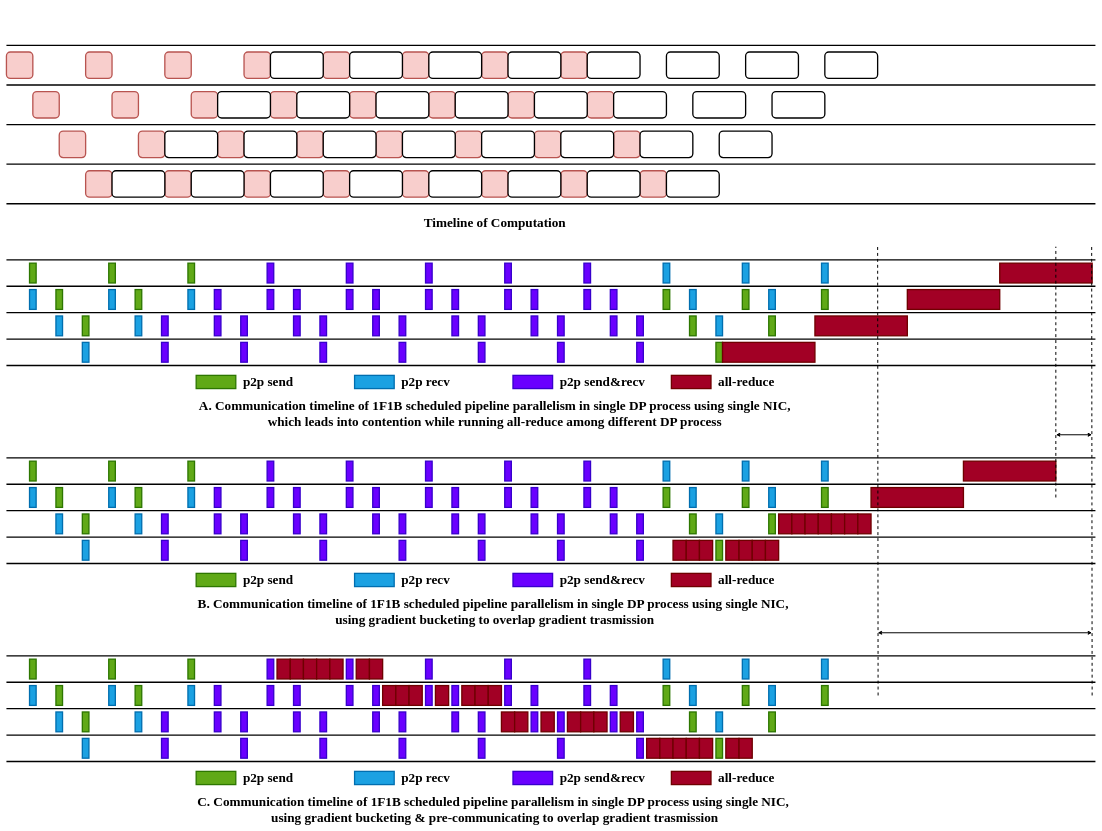
The draw.io diagram polar-pp.drawio in Aerithy/polar-sgd, before the edit. Source tidied: cells renumbered, new cells numbered last; positions are measured from the earlier drawing's top-left corner, leaving out a move shared by most shapes. Both pictures are drawn from the tidied source at 33%, with x=0, y=0 at pixel (6, 45).
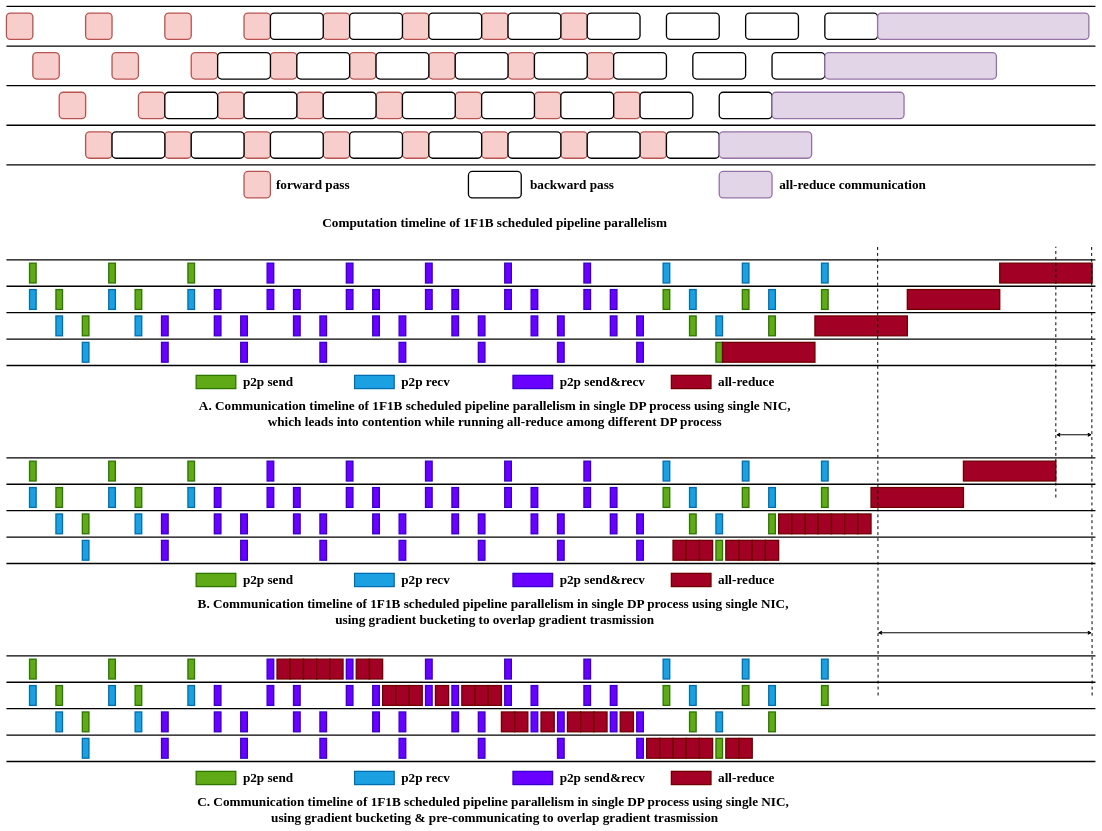
After the change.

What changed in the source:
```diff
@@
     <mxCell id="2" style="rounded=1;whiteSpace=wrap;html=1;strokeWidth=4;fillColor=#f8cecc;strokeColor=#b85450;" parent="1" vertex="1">
-      <mxGeometry y="20" width="80" height="80" as="geometry" />
+      <mxGeometry y="-98" width="80" height="80" as="geometry" />
     </mxCell>
     <mxCell id="3" style="rounded=1;whiteSpace=wrap;html=1;strokeWidth=4;fillColor=#f8cecc;strokeColor=#b85450;" parent="1" vertex="1">
-      <mxGeometry x="240" y="20" width="80" height="80" as="geometry" />
+      <mxGeometry x="240" y="-98" width="80" height="80" as="geometry" />
     </mxCell>
     <mxCell id="4" style="rounded=1;whiteSpace=wrap;html=1;strokeWidth=4;fillColor=#f8cecc;strokeColor=#b85450;" parent="1" vertex="1">
-      <mxGeometry x="480" y="20" width="80" height="80" as="geometry" />
+      <mxGeometry x="480" y="-98" width="80" height="80" as="geometry" />
     </mxCell>
     <mxCell id="5" style="rounded=1;whiteSpace=wrap;html=1;strokeWidth=4;fillColor=#f8cecc;strokeColor=#b85450;" parent="1" vertex="1">
-      <mxGeometry x="720" y="20" width="80" height="80" as="geometry" />
+      <mxGeometry x="720" y="-98" width="80" height="80" as="geometry" />
     </mxCell>
     <mxCell id="6" style="rounded=1;whiteSpace=wrap;html=1;strokeWidth=4;fillColor=#f8cecc;strokeColor=#b85450;" parent="1" vertex="1">
-      <mxGeometry x="960" y="20" width="80" height="80" as="geometry" />
+      <mxGeometry x="960" y="-98" width="80" height="80" as="geometry" />
     </mxCell>
     <mxCell id="7" style="rounded=1;whiteSpace=wrap;html=1;strokeWidth=4;fillColor=#f8cecc;strokeColor=#b85450;" parent="1" vertex="1">
-      <mxGeometry x="1200" y="20" width="80" height="80" as="geometry" />
+      <mxGeometry x="1200" y="-98" width="80" height="80" as="geometry" />
     </mxCell>
     <mxCell id="8" style="rounded=1;whiteSpace=wrap;html=1;strokeWidth=4;fillColor=#f8cecc;strokeColor=#b85450;" parent="1" vertex="1">
-      <mxGeometry x="1440" y="20" width="80" height="80" as="geometry" />
+      <mxGeometry x="1440" y="-98" width="80" height="80" as="geometry" />
     </mxCell>
     <mxCell id="9" style="rounded=1;whiteSpace=wrap;html=1;strokeWidth=4;fillColor=#f8cecc;strokeColor=#b85450;" parent="1" vertex="1">
-      <mxGeometry x="1680" y="20" width="80" height="80" as="geometry" />
+      <mxGeometry x="1680" y="-98" width="80" height="80" as="geometry" />
     </mxCell>
     <mxCell id="10" style="rounded=1;whiteSpace=wrap;html=1;strokeWidth=4;fillColor=#f8cecc;strokeColor=#b85450;" parent="1" vertex="1">
-      <mxGeometry x="80" y="140" width="80" height="80" as="geometry" />
+      <mxGeometry x="80" y="22" width="80" height="80" as="geometry" />
     </mxCell>
     <mxCell id="11" style="rounded=1;whiteSpace=wrap;html=1;strokeWidth=4;fillColor=#f8cecc;strokeColor=#b85450;" parent="1" vertex="1">
-      <mxGeometry x="320" y="140" width="80" height="80" as="geometry" />
+      <mxGeometry x="320" y="22" width="80" height="80" as="geometry" />
     </mxCell>
     <mxCell id="12" style="rounded=1;whiteSpace=wrap;html=1;strokeWidth=4;fillColor=#f8cecc;strokeColor=#b85450;" parent="1" vertex="1">
-      <mxGeometry x="560" y="140" width="80" height="80" as="geometry" />
+      <mxGeometry x="560" y="22" width="80" height="80" as="geometry" />
     </mxCell>
     <mxCell id="13" style="rounded=1;whiteSpace=wrap;html=1;strokeWidth=4;fillColor=#f8cecc;strokeColor=#b85450;" parent="1" vertex="1">
-      <mxGeometry x="800" y="140" width="80" height="80" as="geometry" />
+      <mxGeometry x="800" y="22" width="80" height="80" as="geometry" />
     </mxCell>
     <mxCell id="14" style="rounded=1;whiteSpace=wrap;html=1;strokeWidth=4;fillColor=#f8cecc;strokeColor=#b85450;" parent="1" vertex="1">
-      <mxGeometry x="1040" y="140" width="80" height="80" as="geometry" />
+      <mxGeometry x="1040" y="22" width="80" height="80" as="geometry" />
     </mxCell>
     <mxCell id="15" style="rounded=1;whiteSpace=wrap;html=1;strokeWidth=4;fillColor=#f8cecc;strokeColor=#b85450;" parent="1" vertex="1">
-      <mxGeometry x="1280" y="140" width="80" height="80" as="geometry" />
+      <mxGeometry x="1280" y="22" width="80" height="80" as="geometry" />
     </mxCell>
     <mxCell id="16" style="rounded=1;whiteSpace=wrap;html=1;strokeWidth=4;fillColor=#f8cecc;strokeColor=#b85450;" parent="1" vertex="1">
-      <mxGeometry x="1520" y="140" width="80" height="80" as="geometry" />
+      <mxGeometry x="1520" y="22" width="80" height="80" as="geometry" />
     </mxCell>
     <mxCell id="17" style="rounded=1;whiteSpace=wrap;html=1;strokeWidth=4;fillColor=#f8cecc;strokeColor=#b85450;" parent="1" vertex="1">
-      <mxGeometry x="1760" y="140" width="80" height="80" as="geometry" />
+      <mxGeometry x="1760" y="22" width="80" height="80" as="geometry" />
     </mxCell>
     <mxCell id="18" style="rounded=1;whiteSpace=wrap;html=1;strokeWidth=4;fillColor=#f8cecc;strokeColor=#b85450;" parent="1" vertex="1">
-      <mxGeometry x="160" y="260" width="80" height="80" as="geometry" />
+      <mxGeometry x="160" y="142" width="80" height="80" as="geometry" />
     </mxCell>
     <mxCell id="19" style="rounded=1;whiteSpace=wrap;html=1;strokeWidth=4;fillColor=#f8cecc;strokeColor=#b85450;" parent="1" vertex="1">
-      <mxGeometry x="400" y="260" width="80" height="80" as="geometry" />
+      <mxGeometry x="400" y="142" width="80" height="80" as="geometry" />
     </mxCell>
     <mxCell id="20" style="rounded=1;whiteSpace=wrap;html=1;strokeWidth=4;fillColor=#f8cecc;strokeColor=#b85450;" parent="1" vertex="1">
-      <mxGeometry x="640" y="260" width="80" height="80" as="geometry" />
+      <mxGeometry x="640" y="142" width="80" height="80" as="geometry" />
     </mxCell>
     <mxCell id="21" style="rounded=1;whiteSpace=wrap;html=1;strokeWidth=4;fillColor=#f8cecc;strokeColor=#b85450;" parent="1" vertex="1">
-      <mxGeometry x="880" y="260" width="80" height="80" as="geometry" />
+      <mxGeometry x="880" y="142" width="80" height="80" as="geometry" />
     </mxCell>
     <mxCell id="22" style="rounded=1;whiteSpace=wrap;html=1;strokeWidth=4;fillColor=#f8cecc;strokeColor=#b85450;" parent="1" vertex="1">
-      <mxGeometry x="1120" y="260" width="80" height="80" as="geometry" />
+      <mxGeometry x="1120" y="142" width="80" height="80" as="geometry" />
     </mxCell>
     <mxCell id="23" style="rounded=1;whiteSpace=wrap;html=1;strokeWidth=4;fillColor=#f8cecc;strokeColor=#b85450;" parent="1" vertex="1">
-      <mxGeometry x="1360" y="260" width="80" height="80" as="geometry" />
+      <mxGeometry x="1360" y="142" width="80" height="80" as="geometry" />
     </mxCell>
     <mxCell id="24" style="rounded=1;whiteSpace=wrap;html=1;strokeWidth=4;fillColor=#f8cecc;strokeColor=#b85450;" parent="1" vertex="1">
-      <mxGeometry x="1600" y="260" width="80" height="80" as="geometry" />
+      <mxGeometry x="1600" y="142" width="80" height="80" as="geometry" />
     </mxCell>
     <mxCell id="25" style="rounded=1;whiteSpace=wrap;html=1;strokeWidth=4;fillColor=#f8cecc;strokeColor=#b85450;" parent="1" vertex="1">
-      <mxGeometry x="1840" y="260" width="80" height="80" as="geometry" />
+      <mxGeometry x="1840" y="142" width="80" height="80" as="geometry" />
     </mxCell>
     <mxCell id="26" style="rounded=1;whiteSpace=wrap;html=1;strokeWidth=4;fillColor=#f8cecc;strokeColor=#b85450;" parent="1" vertex="1">
-      <mxGeometry x="240" y="380" width="80" height="80" as="geometry" />
+      <mxGeometry x="240" y="262" width="80" height="80" as="geometry" />
     </mxCell>
     <mxCell id="27" style="rounded=1;whiteSpace=wrap;html=1;strokeWidth=4;fillColor=#f8cecc;strokeColor=#b85450;" parent="1" vertex="1">
-      <mxGeometry x="480" y="380" width="80" height="80" as="geometry" />
+      <mxGeometry x="480" y="262" width="80" height="80" as="geometry" />
     </mxCell>
     <mxCell id="28" style="rounded=1;whiteSpace=wrap;html=1;strokeWidth=4;fillColor=#f8cecc;strokeColor=#b85450;" parent="1" vertex="1">
-      <mxGeometry x="720" y="380" width="80" height="80" as="geometry" />
+      <mxGeometry x="720" y="262" width="80" height="80" as="geometry" />
     </mxCell>
     <mxCell id="29" style="rounded=1;whiteSpace=wrap;html=1;strokeWidth=4;fillColor=#f8cecc;strokeColor=#b85450;" parent="1" vertex="1">
-      <mxGeometry x="960" y="380" width="80" height="80" as="geometry" />
+      <mxGeometry x="960" y="262" width="80" height="80" as="geometry" />
     </mxCell>
     <mxCell id="30" style="rounded=1;whiteSpace=wrap;html=1;strokeWidth=4;fillColor=#f8cecc;strokeColor=#b85450;" parent="1" vertex="1">
-      <mxGeometry x="1200" y="380" width="80" height="80" as="geometry" />
+      <mxGeometry x="1200" y="262" width="80" height="80" as="geometry" />
     </mxCell>
     <mxCell id="31" style="rounded=1;whiteSpace=wrap;html=1;strokeWidth=4;fillColor=#f8cecc;strokeColor=#b85450;" parent="1" vertex="1">
-      <mxGeometry x="1440" y="380" width="80" height="80" as="geometry" />
+      <mxGeometry x="1440" y="262" width="80" height="80" as="geometry" />
     </mxCell>
     <mxCell id="32" style="rounded=1;whiteSpace=wrap;html=1;strokeWidth=4;fillColor=#f8cecc;strokeColor=#b85450;" parent="1" vertex="1">
-      <mxGeometry x="1680" y="380" width="80" height="80" as="geometry" />
+      <mxGeometry x="1680" y="262" width="80" height="80" as="geometry" />
     </mxCell>
     <mxCell id="33" style="rounded=1;whiteSpace=wrap;html=1;strokeWidth=4;fillColor=#f8cecc;strokeColor=#b85450;" parent="1" vertex="1">
-      <mxGeometry x="1920" y="380" width="80" height="80" as="geometry" />
+      <mxGeometry x="1920" y="262" width="80" height="80" as="geometry" />
     </mxCell>
     <mxCell id="34" style="rounded=1;whiteSpace=wrap;html=1;strokeWidth=4;" parent="1" vertex="1">
-      <mxGeometry x="320" y="380" width="160" height="80" as="geometry" />
+      <mxGeometry x="320" y="262" width="160" height="80" as="geometry" />
     </mxCell>
     <mxCell id="35" style="rounded=1;whiteSpace=wrap;html=1;strokeWidth=4;" parent="1" vertex="1">
-      <mxGeometry x="560" y="380" width="160" height="80" as="geometry" />
+      <mxGeometry x="560" y="262" width="160" height="80" as="geometry" />
     </mxCell>
     <mxCell id="36" style="rounded=1;whiteSpace=wrap;html=1;strokeWidth=4;" parent="1" vertex="1">
-      <mxGeometry x="800" y="380" width="160" height="80" as="geometry" />
+      <mxGeometry x="800" y="262" width="160" height="80" as="geometry" />
     </mxCell>
     <mxCell id="37" style="rounded=1;whiteSpace=wrap;html=1;strokeWidth=4;" parent="1" vertex="1">
-      <mxGeometry x="1040" y="380" width="160" height="80" as="geometry" />
+      <mxGeometry x="1040" y="262" width="160" height="80" as="geometry" />
     </mxCell>
     <mxCell id="38" style="rounded=1;whiteSpace=wrap;html=1;strokeWidth=4;" parent="1" vertex="1">
-      <mxGeometry x="1280" y="380" width="160" height="80" as="geometry" />
+      <mxGeometry x="1280" y="262" width="160" height="80" as="geometry" />
     </mxCell>
     <mxCell id="39" style="rounded=1;whiteSpace=wrap;html=1;strokeWidth=4;" parent="1" vertex="1">
-      <mxGeometry x="1520" y="380" width="160" height="80" as="geometry" />
+      <mxGeometry x="1520" y="262" width="160" height="80" as="geometry" />
     </mxCell>
     <mxCell id="40" style="rounded=1;whiteSpace=wrap;html=1;strokeWidth=4;" parent="1" vertex="1">
-      <mxGeometry x="1760" y="380" width="160" height="80" as="geometry" />
+      <mxGeometry x="1760" y="262" width="160" height="80" as="geometry" />
     </mxCell>
     <mxCell id="41" style="rounded=1;whiteSpace=wrap;html=1;strokeWidth=4;" parent="1" vertex="1">
-      <mxGeometry x="2000" y="380" width="160" height="80" as="geometry" />
+      <mxGeometry x="2000" y="262" width="160" height="80" as="geometry" />
     </mxCell>
     <mxCell id="42" style="rounded=1;whiteSpace=wrap;html=1;strokeWidth=4;" parent="1" vertex="1">
-      <mxGeometry x="480" y="260" width="160" height="80" as="geometry" />
+      <mxGeometry x="480" y="142" width="160" height="80" as="geometry" />
     </mxCell>
     <mxCell id="43" style="rounded=1;whiteSpace=wrap;html=1;strokeWidth=4;" parent="1" vertex="1">
-      <mxGeometry x="640" y="140" width="160" height="80" as="geometry" />
+      <mxGeometry x="640" y="22" width="160" height="80" as="geometry" />
     </mxCell>
     <mxCell id="44" style="rounded=1;whiteSpace=wrap;html=1;strokeWidth=4;" parent="1" vertex="1">
-      <mxGeometry x="800" y="20" width="160" height="80" as="geometry" />
+      <mxGeometry x="800" y="-98" width="160" height="80" as="geometry" />
     </mxCell>
     <mxCell id="45" style="rounded=1;whiteSpace=wrap;html=1;strokeWidth=4;" parent="1" vertex="1">
-      <mxGeometry x="720" y="260" width="160" height="80" as="geometry" />
+      <mxGeometry x="720" y="142" width="160" height="80" as="geometry" />
     </mxCell>
     <mxCell id="46" style="rounded=1;whiteSpace=wrap;html=1;strokeWidth=4;" parent="1" vertex="1">
-      <mxGeometry x="880" y="140" width="160" height="80" as="geometry" />
+      <mxGeometry x="880" y="22" width="160" height="80" as="geometry" />
     </mxCell>
     <mxCell id="47" style="rounded=1;whiteSpace=wrap;html=1;strokeWidth=4;" parent="1" vertex="1">
-      <mxGeometry x="1040" y="20" width="160" height="80" as="geometry" />
+      <mxGeometry x="1040" y="-98" width="160" height="80" as="geometry" />
     </mxCell>
     <mxCell id="48" style="rounded=1;whiteSpace=wrap;html=1;strokeWidth=4;" parent="1" vertex="1">
-      <mxGeometry x="960" y="260" width="160" height="80" as="geometry" />
+      <mxGeometry x="960" y="142" width="160" height="80" as="geometry" />
     </mxCell>
     <mxCell id="49" style="rounded=1;whiteSpace=wrap;html=1;strokeWidth=4;" parent="1" vertex="1">
-      <mxGeometry x="1120" y="140" width="160" height="80" as="geometry" />
+      <mxGeometry x="1120" y="22" width="160" height="80" as="geometry" />
     </mxCell>
     <mxCell id="50" style="rounded=1;whiteSpace=wrap;html=1;strokeWidth=4;" parent="1" vertex="1">
-      <mxGeometry x="1280" y="20" width="160" height="80" as="geometry" />
+      <mxGeometry x="1280" y="-98" width="160" height="80" as="geometry" />
     </mxCell>
     <mxCell id="51" style="rounded=1;whiteSpace=wrap;html=1;strokeWidth=4;" parent="1" vertex="1">
-      <mxGeometry x="1200" y="260" width="160" height="80" as="geometry" />
+      <mxGeometry x="1200" y="142" width="160" height="80" as="geometry" />
     </mxCell>
     <mxCell id="52" style="rounded=1;whiteSpace=wrap;html=1;strokeWidth=4;" parent="1" vertex="1">
-      <mxGeometry x="1360" y="140" width="160" height="80" as="geometry" />
+      <mxGeometry x="1360" y="22" width="160" height="80" as="geometry" />
     </mxCell>
     <mxCell id="53" style="rounded=1;whiteSpace=wrap;html=1;strokeWidth=4;" parent="1" vertex="1">
-      <mxGeometry x="1520" y="20" width="160" height="80" as="geometry" />
+      <mxGeometry x="1520" y="-98" width="160" height="80" as="geometry" />
     </mxCell>
     <mxCell id="54" style="rounded=1;whiteSpace=wrap;html=1;strokeWidth=4;" parent="1" vertex="1">
-      <mxGeometry x="1440" y="260" width="160" height="80" as="geometry" />
+      <mxGeometry x="1440" y="142" width="160" height="80" as="geometry" />
     </mxCell>
     <mxCell id="55" style="rounded=1;whiteSpace=wrap;html=1;strokeWidth=4;" parent="1" vertex="1">
-      <mxGeometry x="1600" y="140" width="160" height="80" as="geometry" />
+      <mxGeometry x="1600" y="22" width="160" height="80" as="geometry" />
     </mxCell>
     <mxCell id="56" style="rounded=1;whiteSpace=wrap;html=1;strokeWidth=4;" parent="1" vertex="1">
-      <mxGeometry x="1760" y="20" width="160" height="80" as="geometry" />
+      <mxGeometry x="1760" y="-98" width="160" height="80" as="geometry" />
     </mxCell>
     <mxCell id="57" style="rounded=1;whiteSpace=wrap;html=1;strokeWidth=4;" parent="1" vertex="1">
-      <mxGeometry x="1680" y="260" width="160" height="80" as="geometry" />
+      <mxGeometry x="1680" y="142" width="160" height="80" as="geometry" />
     </mxCell>
     <mxCell id="58" style="rounded=1;whiteSpace=wrap;html=1;strokeWidth=4;" parent="1" vertex="1">
-      <mxGeometry x="1840" y="140" width="160" height="80" as="geometry" />
+      <mxGeometry x="1840" y="22" width="160" height="80" as="geometry" />
     </mxCell>
     <mxCell id="59" style="rounded=1;whiteSpace=wrap;html=1;strokeWidth=4;" parent="1" vertex="1">
-      <mxGeometry x="2000" y="20" width="160" height="80" as="geometry" />
+      <mxGeometry x="2000" y="-98" width="160" height="80" as="geometry" />
     </mxCell>
     <mxCell id="60" style="rounded=1;whiteSpace=wrap;html=1;strokeWidth=4;" parent="1" vertex="1">
-      <mxGeometry x="1920" y="260" width="160" height="80" as="geometry" />
+      <mxGeometry x="1920" y="142" width="160" height="80" as="geometry" />
     </mxCell>
     <mxCell id="61" style="rounded=1;whiteSpace=wrap;html=1;strokeWidth=4;" parent="1" vertex="1">
-      <mxGeometry x="2080" y="140" width="160" height="80" as="geometry" />
+      <mxGeometry x="2080" y="22" width="160" height="80" as="geometry" />
     </mxCell>
     <mxCell id="62" style="rounded=1;whiteSpace=wrap;html=1;strokeWidth=4;" parent="1" vertex="1">
-      <mxGeometry x="2240" y="20" width="160" height="80" as="geometry" />
+      <mxGeometry x="2240" y="-98" width="160" height="80" as="geometry" />
     </mxCell>
     <mxCell id="63" style="rounded=1;whiteSpace=wrap;html=1;strokeWidth=4;" parent="1" vertex="1">
-      <mxGeometry x="2160" y="260" width="160" height="80" as="geometry" />
+      <mxGeometry x="2160" y="142" width="160" height="80" as="geometry" />
     </mxCell>
     <mxCell id="64" style="rounded=1;whiteSpace=wrap;html=1;strokeWidth=4;" parent="1" vertex="1">
-      <mxGeometry x="2320" y="140" width="160" height="80" as="geometry" />
+      <mxGeometry x="2320" y="22" width="160" height="80" as="geometry" />
     </mxCell>
     <mxCell id="65" style="rounded=1;whiteSpace=wrap;html=1;strokeWidth=4;" parent="1" vertex="1">
-      <mxGeometry x="2480" y="20" width="160" height="80" as="geometry" />
+      <mxGeometry x="2480" y="-98" width="160" height="80" as="geometry" />
     </mxCell>
@@
     <mxCell id="340" style="endArrow=none;html=1;rounded=0;strokeWidth=4;" parent="1" edge="1">
       <mxGeometry relative="1" as="geometry">
-        <mxPoint as="sourcePoint" />
-        <mxPoint x="3300" as="targetPoint" />
+        <mxPoint y="-118" as="sourcePoint" />
+        <mxPoint x="3300" y="-118" as="targetPoint" />
       </mxGeometry>
     </mxCell>
     <mxCell id="341" style="endArrow=none;html=1;rounded=0;strokeWidth=4;" parent="1" edge="1">
       <mxGeometry relative="1" as="geometry">
-        <mxPoint y="120" as="sourcePoint" />
-        <mxPoint x="3300" y="120" as="targetPoint" />
+        <mxPoint y="2" as="sourcePoint" />
+        <mxPoint x="3300" y="2" as="targetPoint" />
       </mxGeometry>
     </mxCell>
     <mxCell id="342" style="endArrow=none;html=1;rounded=0;strokeWidth=4;" parent="1" edge="1">
       <mxGeometry relative="1" as="geometry">
-        <mxPoint y="240" as="sourcePoint" />
-        <mxPoint x="3300" y="240" as="targetPoint" />
+        <mxPoint y="122" as="sourcePoint" />
+        <mxPoint x="3300" y="122" as="targetPoint" />
       </mxGeometry>
     </mxCell>
     <mxCell id="343" style="endArrow=none;html=1;rounded=0;strokeWidth=4;" parent="1" edge="1">
       <mxGeometry relative="1" as="geometry">
-        <mxPoint y="360" as="sourcePoint" />
-        <mxPoint x="3300" y="360" as="targetPoint" />
+        <mxPoint y="242" as="sourcePoint" />
+        <mxPoint x="3300" y="242" as="targetPoint" />
       </mxGeometry>
     </mxCell>
     <mxCell id="344" style="endArrow=none;html=1;rounded=0;strokeWidth=4;" parent="1" edge="1">
       <mxGeometry relative="1" as="geometry">
-        <mxPoint y="480" as="sourcePoint" />
-        <mxPoint x="3300" y="480" as="targetPoint" />
+        <mxPoint y="362" as="sourcePoint" />
+        <mxPoint x="3300" y="362" as="targetPoint" />
       </mxGeometry>
     </mxCell>
@@
-    <mxCell id="346" value="Timeline of Computation" style="text;html=1;align=center;verticalAlign=middle;whiteSpace=wrap;rounded=0;fontSize=40;fontFamily=Times New Roman;fontStyle=1;" parent="1" vertex="1">
+    <mxCell id="346" value="Computation timeline of 1F1B scheduled pipeline parallelism" style="text;html=1;align=center;verticalAlign=middle;whiteSpace=wrap;rounded=0;fontSize=40;fontFamily=Times New Roman;fontStyle=1;" parent="1" vertex="1">
       <mxGeometry x="530" y="492" width="1900" height="90" as="geometry" />
     </mxCell>
+    <mxCell id="347" style="rounded=1;whiteSpace=wrap;html=1;strokeWidth=4;fillColor=#f8cecc;strokeColor=#b85450;" parent="1" vertex="1">
+      <mxGeometry x="720" y="382" width="80" height="80" as="geometry" />
+    </mxCell>
+    <mxCell id="348" value="forward pass" style="text;html=1;align=left;verticalAlign=middle;whiteSpace=wrap;rounded=0;fontSize=40;fontFamily=Times New Roman;fontStyle=1;" parent="1" vertex="1">
+      <mxGeometry x="815" y="392" width="315" height="60" as="geometry" />
+    </mxCell>
+    <mxCell id="349" style="rounded=1;whiteSpace=wrap;html=1;strokeWidth=4;" parent="1" vertex="1">
+      <mxGeometry x="1400" y="382" width="160" height="80" as="geometry" />
+    </mxCell>
+    <mxCell id="350" value="backward pass" style="text;html=1;align=left;verticalAlign=middle;whiteSpace=wrap;rounded=0;fontSize=40;fontFamily=Times New Roman;fontStyle=1;" parent="1" vertex="1">
+      <mxGeometry x="1585" y="392" width="315" height="60" as="geometry" />
+    </mxCell>
+    <mxCell id="351" style="rounded=1;whiteSpace=wrap;html=1;fillColor=#e1d5e7;strokeColor=#9673a6;strokeWidth=4;" parent="1" vertex="1">
+      <mxGeometry x="2160" y="262" width="280" height="80" as="geometry" />
+    </mxCell>
+    <mxCell id="352" style="rounded=1;whiteSpace=wrap;html=1;fillColor=#e1d5e7;strokeColor=#9673a6;strokeWidth=4;" parent="1" vertex="1">
+      <mxGeometry x="2320" y="142" width="400" height="80" as="geometry" />
+    </mxCell>
+    <mxCell id="353" style="rounded=1;whiteSpace=wrap;html=1;fillColor=#e1d5e7;strokeColor=#9673a6;strokeWidth=4;" parent="1" vertex="1">
+      <mxGeometry x="2480" y="22" width="520" height="80" as="geometry" />
+    </mxCell>
+    <mxCell id="354" style="rounded=1;whiteSpace=wrap;html=1;fillColor=#e1d5e7;strokeColor=#9673a6;strokeWidth=4;" parent="1" vertex="1">
+      <mxGeometry x="2640" y="-98" width="640" height="80" as="geometry" />
+    </mxCell>
+    <mxCell id="355" style="rounded=1;whiteSpace=wrap;html=1;fillColor=#e1d5e7;strokeColor=#9673a6;strokeWidth=4;" parent="1" vertex="1">
+      <mxGeometry x="2160" y="382" width="160" height="80" as="geometry" />
+    </mxCell>
+    <mxCell id="356" value="all-reduce communication" style="text;html=1;align=left;verticalAlign=middle;whiteSpace=wrap;rounded=0;fontSize=40;fontFamily=Times New Roman;fontStyle=1;" parent="1" vertex="1">
+      <mxGeometry x="2340" y="392" width="470" height="60" as="geometry" />
+    </mxCell>
```
